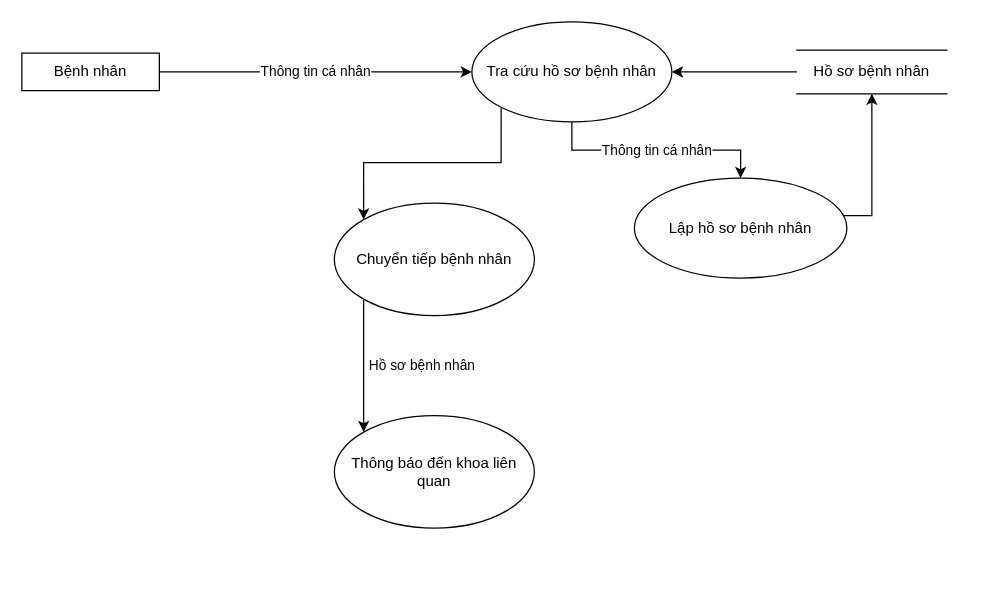
The draw.io diagram DuoiDinh_TiepDon.drawio in Nhatran241/HTTT, before the edit. Source tidied: cells renumbered, new cells numbered last; positions are measured from the earlier drawing's top-left corner, leaving out a move shared by most shapes. Both pictures are drawn from the tidied source at 125%, with x=0, y=0 at pixel (21, 21).
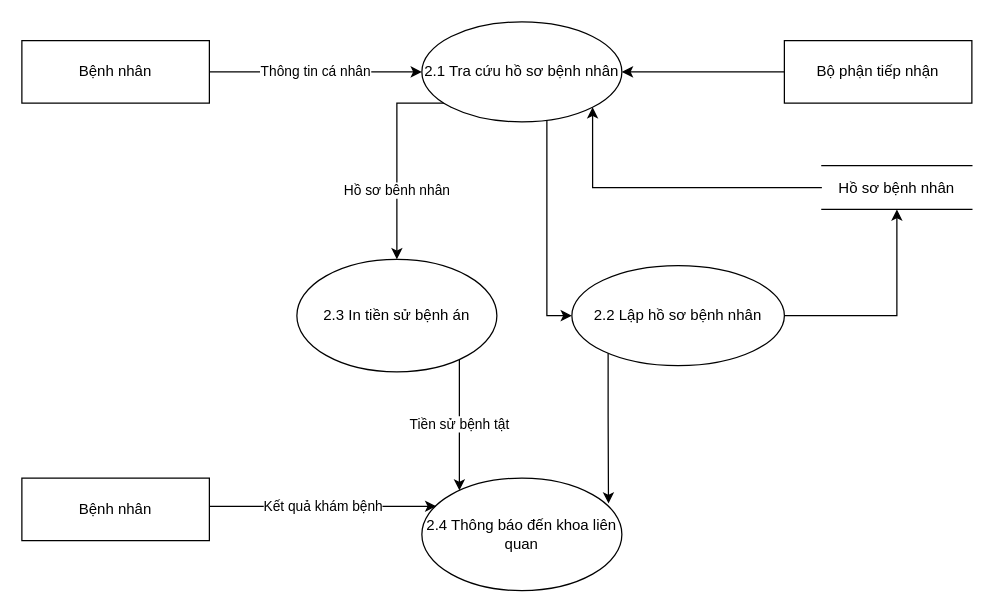
After the change.

Diff of the diagram source:
```diff
@@
     <mxCell id="3" value="Bệnh nhân" style="rounded=0;whiteSpace=wrap;html=1;" parent="1" vertex="1">
-      <mxGeometry y="25" width="110" height="30" as="geometry" />
+      <mxGeometry y="15" width="150" height="50" as="geometry" />
     </mxCell>
+    <mxCell id="5" value="Hồ sơ bênh nhân" style="edgeStyle=orthogonalEdgeStyle;rounded=0;jettySize=auto;html=1;exitX=0;exitY=1;exitDx=0;exitDy=0;entryX=0.5;entryY=0;entryDx=0;entryDy=0;" parent="1" edge="1" source="6" target="12">
+      <mxGeometry x="0.36" relative="1" as="geometry">
+        <Array as="points">
+          <mxPoint x="343" y="65" />
+          <mxPoint x="300" y="65" />
+        </Array>
+      </mxGeometry>
+    </mxCell>
-    <mxCell id="4" value="Thông tin cá nhân&lt;br&gt;" style="edgeStyle=orthogonalEdgeStyle;rounded=0;jettySize=auto;html=1;" parent="1" edge="1" source="6" target="8">
-      <mxGeometry relative="1" as="geometry" />
+    <mxCell id="4" style="edgeStyle=orthogonalEdgeStyle;rounded=0;jettySize=auto;html=1;" parent="1" edge="1" source="6" target="8">
+      <mxGeometry relative="1" as="geometry">
+        <Array as="points">
+          <mxPoint x="420" y="235" />
+        </Array>
+      </mxGeometry>
     </mxCell>
-    <mxCell id="5" style="edgeStyle=orthogonalEdgeStyle;rounded=0;jettySize=auto;html=1;exitX=0;exitY=1;exitDx=0;exitDy=0;entryX=0;entryY=0;entryDx=0;entryDy=0;" parent="1" edge="1" source="6" target="12">
-      <mxGeometry relative="1" as="geometry" />
-    </mxCell>
-    <mxCell id="6" value="Tra cứu hồ sơ bệnh nhân" style="ellipse;whiteSpace=wrap;html=1;" parent="1" vertex="1">
-      <mxGeometry x="360" width="160" height="80" as="geometry" />
+    <mxCell id="6" value="2.1 Tra cứu hồ sơ bệnh nhân" style="ellipse;whiteSpace=wrap;html=1;" parent="1" vertex="1">
+      <mxGeometry x="320" width="160" height="80" as="geometry" />
     </mxCell>
     <mxCell id="7" style="edgeStyle=orthogonalEdgeStyle;rounded=0;jettySize=auto;html=1;entryX=0.5;entryY=1;entryDx=0;entryDy=0;" parent="1" edge="1" source="8" target="10">
       <mxGeometry relative="1" as="geometry">
         <Array as="points">
-          <mxPoint x="680" y="155" />
+          <mxPoint x="700" y="235" />
         </Array>
       </mxGeometry>
     </mxCell>
+    <mxCell id="14" style="edgeStyle=orthogonalEdgeStyle;rounded=0;jettySize=auto;html=1;entryX=0.933;entryY=0.225;entryDx=0;entryDy=0;entryPerimeter=0;" parent="1" edge="1" source="8" target="13">
+      <mxGeometry relative="1" as="geometry">
+        <Array as="points">
+          <mxPoint x="469" y="315" />
+          <mxPoint x="469" y="315" />
+        </Array>
+      </mxGeometry>
+    </mxCell>
-    <mxCell id="8" value="Lập hồ sơ bệnh nhân" style="ellipse;whiteSpace=wrap;html=1;" parent="1" vertex="1">
-      <mxGeometry x="490" y="125" width="170" height="80" as="geometry" />
+    <mxCell id="8" value="2.2 Lập hồ sơ bệnh nhân" style="ellipse;whiteSpace=wrap;html=1;" parent="1" vertex="1">
+      <mxGeometry x="440" y="195" width="170" height="80" as="geometry" />
     </mxCell>
-    <mxCell id="9" style="edgeStyle=orthogonalEdgeStyle;rounded=0;jettySize=auto;html=1;entryX=1;entryY=0.5;entryDx=0;entryDy=0;" parent="1" edge="1" source="10" target="6">
+    <mxCell id="9" style="edgeStyle=orthogonalEdgeStyle;rounded=0;jettySize=auto;html=1;entryX=1;entryY=1;entryDx=0;entryDy=0;" parent="1" edge="1" source="10" target="6">
       <mxGeometry relative="1" as="geometry" />
     </mxCell>
     <mxCell id="10" value="Hồ sơ bệnh nhân" style="shape=partialRectangle;whiteSpace=wrap;html=1;left=0;right=0;fillColor=none;" parent="1" vertex="1">
-      <mxGeometry x="620" y="22.5" width="120" height="35" as="geometry" />
+      <mxGeometry x="640" y="115" width="120" height="35" as="geometry" />
     </mxCell>
-    <mxCell id="11" value="Hồ sơ bệnh nhân" style="edgeStyle=orthogonalEdgeStyle;rounded=0;jettySize=auto;html=1;exitX=0;exitY=1;exitDx=0;exitDy=0;entryX=0;entryY=0;entryDx=0;entryDy=0;" parent="1" edge="1" source="12" target="13">
-      <mxGeometry y="47" relative="1" as="geometry" />
+    <mxCell id="11" value="Tiền sử bệnh tật" style="edgeStyle=orthogonalEdgeStyle;rounded=0;jettySize=auto;html=1;" parent="1" edge="1" source="12" target="13">
+      <mxGeometry relative="1" as="geometry">
+        <Array as="points">
+          <mxPoint x="350" y="305" />
+          <mxPoint x="350" y="305" />
+        </Array>
+      </mxGeometry>
     </mxCell>
-    <mxCell id="12" value="Chuyển tiếp bệnh nhân" style="ellipse;whiteSpace=wrap;html=1;" parent="1" vertex="1">
-      <mxGeometry x="250" y="145" width="160" height="90" as="geometry" />
+    <mxCell id="12" value="2.3 In tiền sử bệnh án" style="ellipse;whiteSpace=wrap;html=1;" parent="1" vertex="1">
+      <mxGeometry x="220" y="190" width="160" height="90" as="geometry" />
     </mxCell>
-    <mxCell id="13" value="Thông báo đến khoa liên quan" style="ellipse;whiteSpace=wrap;html=1;" parent="1" vertex="1">
-      <mxGeometry x="250" y="315" width="160" height="90" as="geometry" />
+    <mxCell id="13" value="2.4 Thông báo đến khoa liên quan" style="ellipse;whiteSpace=wrap;html=1;" parent="1" vertex="1">
+      <mxGeometry x="320" y="365" width="160" height="90" as="geometry" />
     </mxCell>
+    <mxCell id="15" style="edgeStyle=orthogonalEdgeStyle;rounded=0;jettySize=auto;html=1;" parent="1" edge="1" source="16" target="6">
+      <mxGeometry relative="1" as="geometry" />
+    </mxCell>
+    <mxCell id="16" value="Bộ phận tiếp nhận" style="rounded=0;whiteSpace=wrap;html=1;" parent="1" vertex="1">
+      <mxGeometry x="610" y="15" width="150" height="50" as="geometry" />
+    </mxCell>
+    <mxCell id="17" value="Kết quả khám bệnh" style="edgeStyle=orthogonalEdgeStyle;rounded=0;jettySize=auto;html=1;entryX=0.072;entryY=0.25;entryDx=0;entryDy=0;entryPerimeter=0;" parent="1" edge="1" source="18" target="13">
+      <mxGeometry relative="1" as="geometry">
+        <Array as="points">
+          <mxPoint x="235" y="388" />
+        </Array>
+      </mxGeometry>
+    </mxCell>
+    <mxCell id="18" value="Bệnh nhân" style="rounded=0;whiteSpace=wrap;html=1;" parent="1" vertex="1">
+      <mxGeometry y="365" width="150" height="50" as="geometry" />
+    </mxCell>
```
